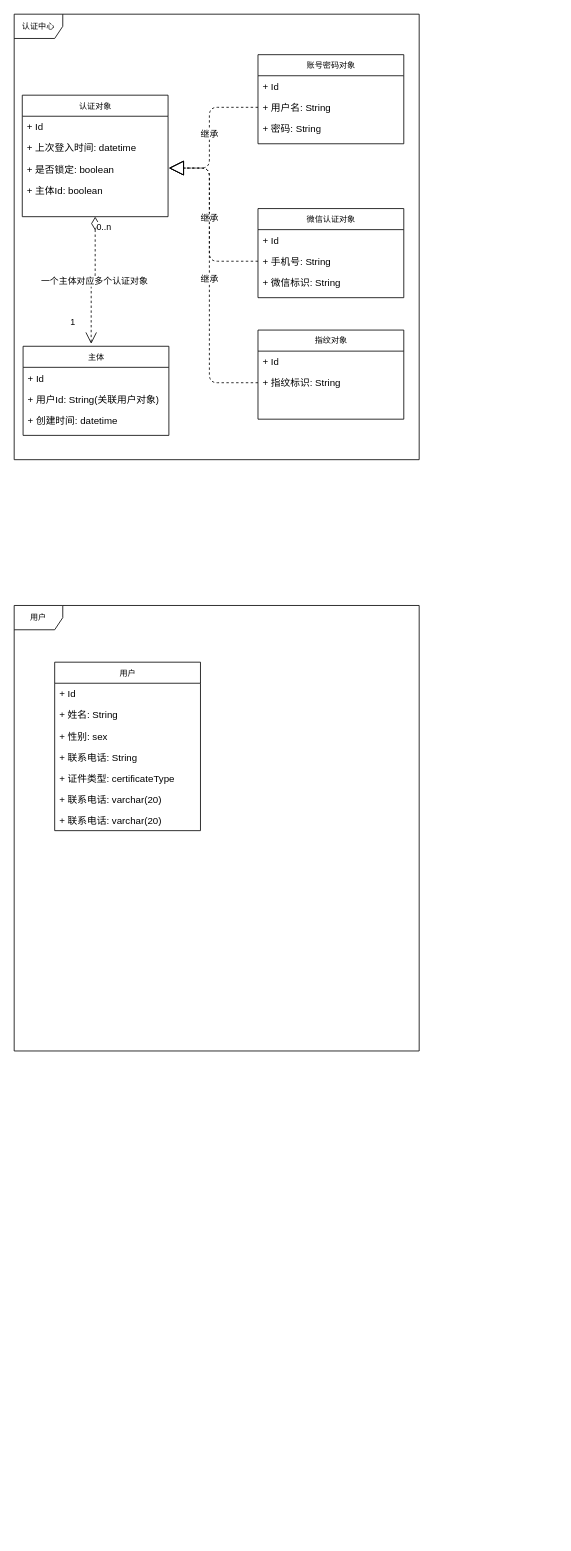
Above: document/类图.drawio in BestLalaVm/modals (draw.io), before the change. Source tidied: cells renumbered, new cells numbered last; positions are measured from the earlier drawing's top-left corner, leaving out a move shared by most shapes. Both pictures are drawn from the tidied source at 81%, with x=0, y=0 at pixel (14, 14).
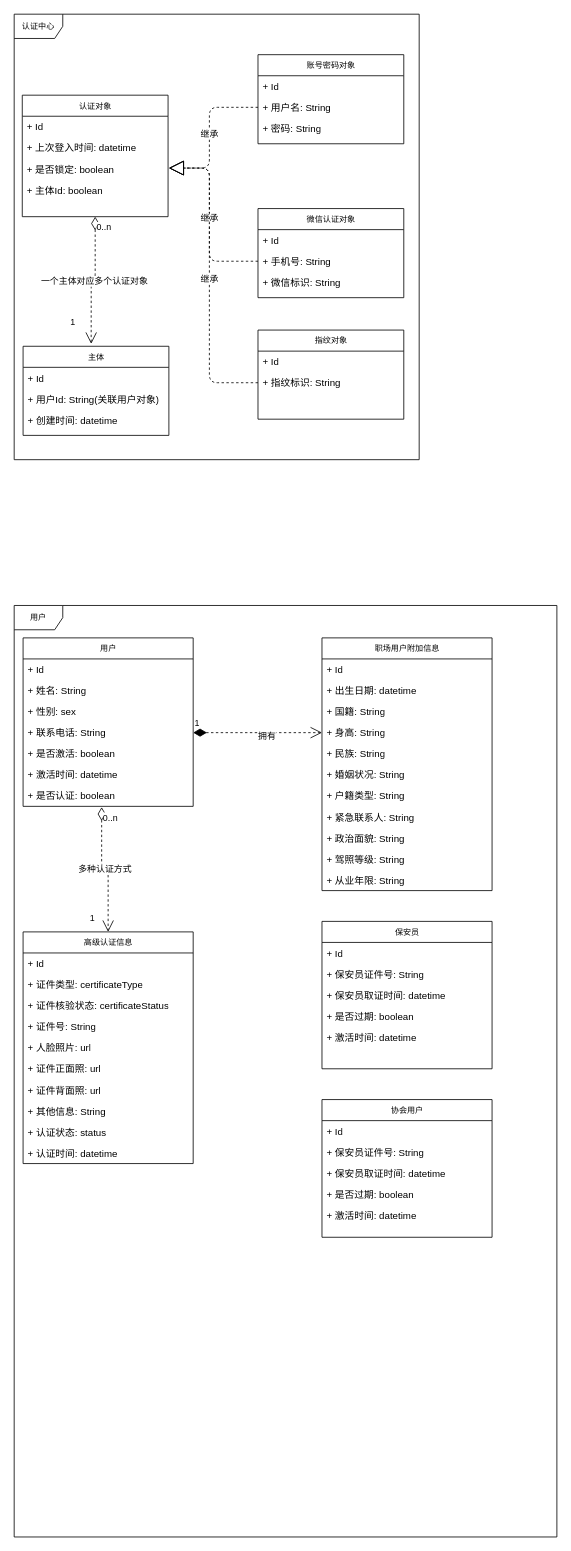
The same page after the edit.

Change to the diagram source:
```diff
@@
     <mxCell id="29" value="用户" style="shape=umlFrame;whiteSpace=wrap;html=1;rounded=0;shadow=0;comic=0;labelBackgroundColor=none;strokeWidth=1;fontFamily=Verdana;fontSize=10;align=center;" parent="1" vertex="1">
-      <mxGeometry y="730" width="500" height="550" as="geometry" />
+      <mxGeometry y="730" width="670" height="1150" as="geometry" />
     </mxCell>
-    <mxCell id="30" value="用户" style="swimlane;html=1;fontStyle=0;horizontal=1;startSize=26;fillColor=none;swimlaneFillColor=#ffffff;rounded=0;shadow=0;comic=0;labelBackgroundColor=none;strokeWidth=1;fontFamily=Verdana;fontSize=10;align=center;" parent="1" vertex="1">
-      <mxGeometry x="50" y="800" width="180" height="208" as="geometry" />
+    <mxCell id="30" value="高级认证信息" style="swimlane;html=1;fontStyle=0;horizontal=1;startSize=26;fillColor=none;swimlaneFillColor=#ffffff;rounded=0;shadow=0;comic=0;labelBackgroundColor=none;strokeWidth=1;fontFamily=Verdana;fontSize=10;align=center;" parent="1" vertex="1">
+      <mxGeometry x="11" y="1133" width="210" height="286" as="geometry" />
     </mxCell>
     <mxCell id="31" value="+ Id" style="text;html=1;strokeColor=none;fillColor=none;align=left;verticalAlign=top;spacingLeft=4;spacingRight=4;whiteSpace=wrap;overflow=hidden;" parent="30" vertex="1">
-      <mxGeometry y="26" width="180" height="26" as="geometry" />
+      <mxGeometry y="26" width="210" height="26" as="geometry" />
     </mxCell>
+    <mxCell id="35" value="+ 证件类型: certificateType" style="text;html=1;strokeColor=none;fillColor=none;align=left;verticalAlign=top;spacingLeft=4;spacingRight=4;whiteSpace=wrap;overflow=hidden;" parent="30" vertex="1">
+      <mxGeometry y="52" width="210" height="26" as="geometry" />
+    </mxCell>
+    <mxCell id="36" value="+ 证件核验状态: certificateStatus" style="text;html=1;strokeColor=none;fillColor=none;align=left;verticalAlign=top;spacingLeft=4;spacingRight=4;whiteSpace=wrap;overflow=hidden;" parent="30" vertex="1">
+      <mxGeometry y="78" width="210" height="26" as="geometry" />
+    </mxCell>
+    <mxCell id="37" value="+ 证件号: String" style="text;html=1;strokeColor=none;fillColor=none;align=left;verticalAlign=top;spacingLeft=4;spacingRight=4;whiteSpace=wrap;overflow=hidden;" parent="30" vertex="1">
+      <mxGeometry y="104" width="210" height="26" as="geometry" />
+    </mxCell>
+    <mxCell id="38" value="+ 人脸照片: url" style="text;html=1;strokeColor=none;fillColor=none;align=left;verticalAlign=top;spacingLeft=4;spacingRight=4;whiteSpace=wrap;overflow=hidden;" parent="30" vertex="1">
+      <mxGeometry y="130" width="210" height="26" as="geometry" />
+    </mxCell>
+    <mxCell id="39" value="+ 证件正面照: url" style="text;html=1;strokeColor=none;fillColor=none;align=left;verticalAlign=top;spacingLeft=4;spacingRight=4;whiteSpace=wrap;overflow=hidden;" parent="30" vertex="1">
+      <mxGeometry y="156" width="210" height="26" as="geometry" />
+    </mxCell>
+    <mxCell id="40" value="+ 证件背面照: url" style="text;html=1;strokeColor=none;fillColor=none;align=left;verticalAlign=top;spacingLeft=4;spacingRight=4;whiteSpace=wrap;overflow=hidden;" parent="30" vertex="1">
+      <mxGeometry y="182" width="210" height="26" as="geometry" />
+    </mxCell>
+    <mxCell id="41" value="+ 其他信息: String" style="text;html=1;strokeColor=none;fillColor=none;align=left;verticalAlign=top;spacingLeft=4;spacingRight=4;whiteSpace=wrap;overflow=hidden;" parent="30" vertex="1">
+      <mxGeometry y="208" width="210" height="26" as="geometry" />
+    </mxCell>
+    <mxCell id="42" value="+ 认证状态: status" style="text;html=1;strokeColor=none;fillColor=none;align=left;verticalAlign=top;spacingLeft=4;spacingRight=4;whiteSpace=wrap;overflow=hidden;" parent="30" vertex="1">
+      <mxGeometry y="234" width="210" height="26" as="geometry" />
+    </mxCell>
+    <mxCell id="43" value="+ 认证时间: datetime" style="text;html=1;strokeColor=none;fillColor=none;align=left;verticalAlign=top;spacingLeft=4;spacingRight=4;whiteSpace=wrap;overflow=hidden;" parent="30" vertex="1">
+      <mxGeometry y="260" width="210" height="26" as="geometry" />
+    </mxCell>
+    <mxCell id="44" value="用户" style="swimlane;html=1;fontStyle=0;horizontal=1;startSize=26;fillColor=none;swimlaneFillColor=#ffffff;rounded=0;shadow=0;comic=0;labelBackgroundColor=none;strokeWidth=1;fontFamily=Verdana;fontSize=10;align=center;" parent="1" vertex="1">
+      <mxGeometry x="11" y="770" width="210" height="208" as="geometry" />
+    </mxCell>
+    <mxCell id="45" value="+ Id" style="text;html=1;strokeColor=none;fillColor=none;align=left;verticalAlign=top;spacingLeft=4;spacingRight=4;whiteSpace=wrap;overflow=hidden;" parent="44" vertex="1">
+      <mxGeometry y="26" width="210" height="26" as="geometry" />
+    </mxCell>
-    <mxCell id="32" value="+ 姓名: String" style="text;html=1;strokeColor=none;fillColor=none;align=left;verticalAlign=top;spacingLeft=4;spacingRight=4;whiteSpace=wrap;overflow=hidden;" parent="30" vertex="1">
-      <mxGeometry y="52" width="180" height="26" as="geometry" />
+    <mxCell id="32" value="+ 姓名: String" style="text;html=1;strokeColor=none;fillColor=none;align=left;verticalAlign=top;spacingLeft=4;spacingRight=4;whiteSpace=wrap;overflow=hidden;" parent="44" vertex="1">
+      <mxGeometry y="52" width="210" height="26" as="geometry" />
     </mxCell>
-    <mxCell id="33" value="+ 性别: sex" style="text;html=1;strokeColor=none;fillColor=none;align=left;verticalAlign=top;spacingLeft=4;spacingRight=4;whiteSpace=wrap;overflow=hidden;" parent="30" vertex="1">
-      <mxGeometry y="78" width="180" height="26" as="geometry" />
+    <mxCell id="33" value="+ 性别: sex" style="text;html=1;strokeColor=none;fillColor=none;align=left;verticalAlign=top;spacingLeft=4;spacingRight=4;whiteSpace=wrap;overflow=hidden;" parent="44" vertex="1">
+      <mxGeometry y="78" width="210" height="26" as="geometry" />
     </mxCell>
-    <mxCell id="34" value="+ 联系电话: String" style="text;html=1;strokeColor=none;fillColor=none;align=left;verticalAlign=top;spacingLeft=4;spacingRight=4;whiteSpace=wrap;overflow=hidden;points=[[0,0.5],[1,0.5]];portConstraint=eastwest;" parent="30" vertex="1">
-      <mxGeometry y="104" width="180" height="26" as="geometry" />
+    <mxCell id="34" value="+ 联系电话: String" style="text;html=1;strokeColor=none;fillColor=none;align=left;verticalAlign=top;spacingLeft=4;spacingRight=4;whiteSpace=wrap;overflow=hidden;points=[[0,0.5],[1,0.5]];portConstraint=eastwest;" parent="44" vertex="1">
+      <mxGeometry y="104" width="210" height="26" as="geometry" />
     </mxCell>
-    <mxCell id="35" value="+ 证件类型: certificateType" style="text;html=1;strokeColor=none;fillColor=none;align=left;verticalAlign=top;spacingLeft=4;spacingRight=4;whiteSpace=wrap;overflow=hidden;" parent="30" vertex="1">
-      <mxGeometry y="130" width="180" height="26" as="geometry" />
-    </mxCell>
-    <mxCell id="36" value="+ 联系电话: varchar(20)" style="text;html=1;strokeColor=none;fillColor=none;align=left;verticalAlign=top;spacingLeft=4;spacingRight=4;whiteSpace=wrap;overflow=hidden;" parent="30" vertex="1">
-      <mxGeometry y="156" width="180" height="26" as="geometry" />
-    </mxCell>
-    <mxCell id="37" value="+ 联系电话: varchar(20)" style="text;html=1;strokeColor=none;fillColor=none;align=left;verticalAlign=top;spacingLeft=4;spacingRight=4;whiteSpace=wrap;overflow=hidden;" parent="30" vertex="1">
-      <mxGeometry y="182" width="180" height="26" as="geometry" />
-    </mxCell>
+    <mxCell id="46" value="+ 是否激活: boolean" style="text;html=1;strokeColor=none;fillColor=none;align=left;verticalAlign=top;spacingLeft=4;spacingRight=4;whiteSpace=wrap;overflow=hidden;" parent="44" vertex="1">
+      <mxGeometry y="130" width="210" height="26" as="geometry" />
+    </mxCell>
+    <mxCell id="47" value="+ 激活时间: datetime" style="text;html=1;strokeColor=none;fillColor=none;align=left;verticalAlign=top;spacingLeft=4;spacingRight=4;whiteSpace=wrap;overflow=hidden;" parent="44" vertex="1">
+      <mxGeometry y="156" width="210" height="26" as="geometry" />
+    </mxCell>
+    <mxCell id="48" value="+ 是否认证: boolean" style="text;html=1;strokeColor=none;fillColor=none;align=left;verticalAlign=top;spacingLeft=4;spacingRight=4;whiteSpace=wrap;overflow=hidden;points=[[0,0.5],[1,0.5]];portConstraint=eastwest;" parent="44" vertex="1">
+      <mxGeometry y="182" width="210" height="26" as="geometry" />
+    </mxCell>
+    <mxCell id="49" value="多种认证方式" style="endArrow=open;html=1;endSize=12;startArrow=diamondThin;startSize=14;startFill=0;edgeStyle=orthogonalEdgeStyle;dashed=1;exitX=0.462;exitY=1.038;exitDx=0;exitDy=0;exitPerimeter=0;entryX=0.5;entryY=0;entryDx=0;entryDy=0;" parent="1" edge="1" source="48" target="30">
+      <mxGeometry relative="1" as="geometry" />
+    </mxCell>
+    <mxCell id="50" value="0..n" style="edgeLabel;html=1;align=left;verticalAlign=top;" parent="49" vertex="1">
+      <mxGeometry x="-1" relative="1" as="geometry" />
+    </mxCell>
+    <mxCell id="51" value="1" style="edgeLabel;html=1;align=right;verticalAlign=top;" parent="49" vertex="1">
+      <mxGeometry x="1" relative="1" as="geometry">
+        <mxPoint x="-16" y="-30" as="offset" />
+      </mxGeometry>
+    </mxCell>
+    <mxCell id="52" value="保安员" style="swimlane;html=1;fontStyle=0;horizontal=1;startSize=26;fillColor=none;swimlaneFillColor=#ffffff;rounded=0;shadow=0;comic=0;labelBackgroundColor=none;strokeWidth=1;fontFamily=Verdana;fontSize=10;align=center;" parent="1" vertex="1">
+      <mxGeometry x="380" y="1120" width="210" height="182" as="geometry" />
+    </mxCell>
+    <mxCell id="53" value="+ Id" style="text;html=1;strokeColor=none;fillColor=none;align=left;verticalAlign=top;spacingLeft=4;spacingRight=4;whiteSpace=wrap;overflow=hidden;" parent="52" vertex="1">
+      <mxGeometry y="26" width="210" height="26" as="geometry" />
+    </mxCell>
+    <mxCell id="54" value="+ 保安员证件号: String" style="text;html=1;strokeColor=none;fillColor=none;align=left;verticalAlign=top;spacingLeft=4;spacingRight=4;whiteSpace=wrap;overflow=hidden;" parent="52" vertex="1">
+      <mxGeometry y="52" width="210" height="26" as="geometry" />
+    </mxCell>
+    <mxCell id="55" value="+ 保安员取证时间: datetime" style="text;html=1;strokeColor=none;fillColor=none;align=left;verticalAlign=top;spacingLeft=4;spacingRight=4;whiteSpace=wrap;overflow=hidden;" parent="52" vertex="1">
+      <mxGeometry y="78" width="210" height="26" as="geometry" />
+    </mxCell>
+    <mxCell id="56" value="+ 是否过期: boolean" style="text;html=1;strokeColor=none;fillColor=none;align=left;verticalAlign=top;spacingLeft=4;spacingRight=4;whiteSpace=wrap;overflow=hidden;" parent="52" vertex="1">
+      <mxGeometry y="104" width="210" height="26" as="geometry" />
+    </mxCell>
+    <mxCell id="57" value="+ 激活时间: datetime" style="text;html=1;strokeColor=none;fillColor=none;align=left;verticalAlign=top;spacingLeft=4;spacingRight=4;whiteSpace=wrap;overflow=hidden;" parent="52" vertex="1">
+      <mxGeometry y="130" width="210" height="26" as="geometry" />
+    </mxCell>
+    <mxCell id="58" value="职场用户附加信息" style="swimlane;html=1;fontStyle=0;horizontal=1;startSize=26;fillColor=none;swimlaneFillColor=#ffffff;rounded=0;shadow=0;comic=0;labelBackgroundColor=none;strokeWidth=1;fontFamily=Verdana;fontSize=10;align=center;" parent="1" vertex="1">
+      <mxGeometry x="380" y="770" width="210" height="312" as="geometry" />
+    </mxCell>
+    <mxCell id="59" value="+ Id" style="text;html=1;strokeColor=none;fillColor=none;align=left;verticalAlign=top;spacingLeft=4;spacingRight=4;whiteSpace=wrap;overflow=hidden;" parent="58" vertex="1">
+      <mxGeometry y="26" width="210" height="26" as="geometry" />
+    </mxCell>
+    <mxCell id="60" value="+ 出生日期: datetime" style="text;html=1;strokeColor=none;fillColor=none;align=left;verticalAlign=top;spacingLeft=4;spacingRight=4;whiteSpace=wrap;overflow=hidden;" parent="58" vertex="1">
+      <mxGeometry y="52" width="210" height="26" as="geometry" />
+    </mxCell>
+    <mxCell id="61" value="+ 国籍: String" style="text;html=1;strokeColor=none;fillColor=none;align=left;verticalAlign=top;spacingLeft=4;spacingRight=4;whiteSpace=wrap;overflow=hidden;" parent="58" vertex="1">
+      <mxGeometry y="78" width="210" height="26" as="geometry" />
+    </mxCell>
+    <mxCell id="62" value="+ 身高: String" style="text;html=1;strokeColor=none;fillColor=none;align=left;verticalAlign=top;spacingLeft=4;spacingRight=4;whiteSpace=wrap;overflow=hidden;points=[[0,0.5],[1,0.5]];portConstraint=eastwest;" parent="58" vertex="1">
+      <mxGeometry y="104" width="210" height="26" as="geometry" />
+    </mxCell>
+    <mxCell id="63" value="+ 民族: String" style="text;html=1;strokeColor=none;fillColor=none;align=left;verticalAlign=top;spacingLeft=4;spacingRight=4;whiteSpace=wrap;overflow=hidden;" parent="58" vertex="1">
+      <mxGeometry y="130" width="210" height="26" as="geometry" />
+    </mxCell>
+    <mxCell id="64" value="+ 婚姻状况: String" style="text;html=1;strokeColor=none;fillColor=none;align=left;verticalAlign=top;spacingLeft=4;spacingRight=4;whiteSpace=wrap;overflow=hidden;" parent="58" vertex="1">
+      <mxGeometry y="156" width="210" height="26" as="geometry" />
+    </mxCell>
+    <mxCell id="65" value="+ 户籍类型: String" style="text;html=1;strokeColor=none;fillColor=none;align=left;verticalAlign=top;spacingLeft=4;spacingRight=4;whiteSpace=wrap;overflow=hidden;" parent="58" vertex="1">
+      <mxGeometry y="182" width="210" height="26" as="geometry" />
+    </mxCell>
+    <mxCell id="66" value="+ 紧急联系人: String" style="text;html=1;strokeColor=none;fillColor=none;align=left;verticalAlign=top;spacingLeft=4;spacingRight=4;whiteSpace=wrap;overflow=hidden;" parent="58" vertex="1">
+      <mxGeometry y="208" width="210" height="26" as="geometry" />
+    </mxCell>
+    <mxCell id="67" value="+ 政治面貌: String" style="text;html=1;strokeColor=none;fillColor=none;align=left;verticalAlign=top;spacingLeft=4;spacingRight=4;whiteSpace=wrap;overflow=hidden;" parent="58" vertex="1">
+      <mxGeometry y="234" width="210" height="26" as="geometry" />
+    </mxCell>
+    <mxCell id="68" value="+ 驾照等级: String" style="text;html=1;strokeColor=none;fillColor=none;align=left;verticalAlign=top;spacingLeft=4;spacingRight=4;whiteSpace=wrap;overflow=hidden;" parent="58" vertex="1">
+      <mxGeometry y="260" width="210" height="26" as="geometry" />
+    </mxCell>
+    <mxCell id="69" value="+ 从业年限: String" style="text;html=1;strokeColor=none;fillColor=none;align=left;verticalAlign=top;spacingLeft=4;spacingRight=4;whiteSpace=wrap;overflow=hidden;" parent="58" vertex="1">
+      <mxGeometry y="286" width="210" height="26" as="geometry" />
+    </mxCell>
+    <mxCell id="70" value="1" style="endArrow=open;html=1;endSize=12;startArrow=diamondThin;startSize=14;startFill=1;edgeStyle=orthogonalEdgeStyle;align=left;verticalAlign=bottom;dashed=1;exitX=1;exitY=0.5;exitDx=0;exitDy=0;entryX=0;entryY=0.5;entryDx=0;entryDy=0;" parent="1" edge="1" source="34" target="62">
+      <mxGeometry x="-1" y="3" relative="1" as="geometry" />
+    </mxCell>
+    <mxCell id="71" value="拥有" style="edgeLabel;html=1;align=center;verticalAlign=middle;" parent="70" vertex="1">
+      <mxGeometry x="0.13" y="-3" relative="1" as="geometry" />
+    </mxCell>
+    <mxCell id="72" value="协会用户" style="swimlane;html=1;fontStyle=0;horizontal=1;startSize=26;fillColor=none;swimlaneFillColor=#ffffff;rounded=0;shadow=0;comic=0;labelBackgroundColor=none;strokeWidth=1;fontFamily=Verdana;fontSize=10;align=center;" parent="1" vertex="1">
+      <mxGeometry x="380" y="1340" width="210" height="170" as="geometry" />
+    </mxCell>
+    <mxCell id="73" value="+ Id" style="text;html=1;strokeColor=none;fillColor=none;align=left;verticalAlign=top;spacingLeft=4;spacingRight=4;whiteSpace=wrap;overflow=hidden;" parent="72" vertex="1">
+      <mxGeometry y="26" width="210" height="26" as="geometry" />
+    </mxCell>
+    <mxCell id="74" value="+ 保安员证件号: String" style="text;html=1;strokeColor=none;fillColor=none;align=left;verticalAlign=top;spacingLeft=4;spacingRight=4;whiteSpace=wrap;overflow=hidden;" parent="72" vertex="1">
+      <mxGeometry y="52" width="210" height="26" as="geometry" />
+    </mxCell>
+    <mxCell id="75" value="+ 保安员取证时间: datetime" style="text;html=1;strokeColor=none;fillColor=none;align=left;verticalAlign=top;spacingLeft=4;spacingRight=4;whiteSpace=wrap;overflow=hidden;" parent="72" vertex="1">
+      <mxGeometry y="78" width="210" height="26" as="geometry" />
+    </mxCell>
+    <mxCell id="76" value="+ 是否过期: boolean" style="text;html=1;strokeColor=none;fillColor=none;align=left;verticalAlign=top;spacingLeft=4;spacingRight=4;whiteSpace=wrap;overflow=hidden;" parent="72" vertex="1">
+      <mxGeometry y="104" width="210" height="26" as="geometry" />
+    </mxCell>
+    <mxCell id="77" value="+ 激活时间: datetime" style="text;html=1;strokeColor=none;fillColor=none;align=left;verticalAlign=top;spacingLeft=4;spacingRight=4;whiteSpace=wrap;overflow=hidden;" parent="72" vertex="1">
+      <mxGeometry y="130" width="210" height="26" as="geometry" />
+    </mxCell>
```
